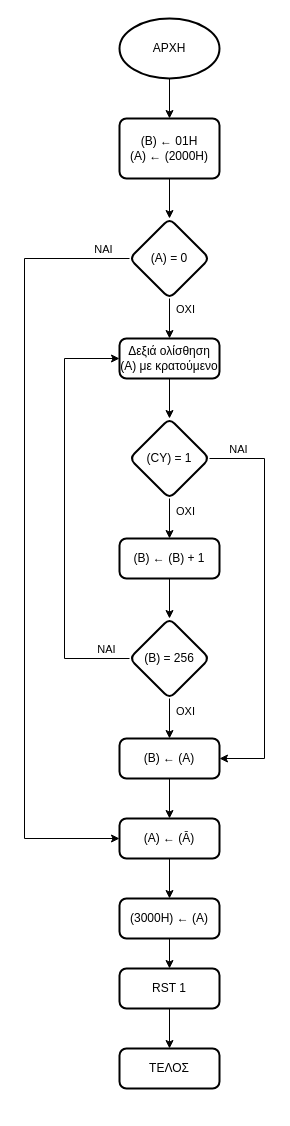
konstantinosk31/Microcomputer-Systems keeps this draw.io diagram as Untitled Diagram.drawio. Above is the earlier version. Source tidied: cells renumbered, new cells numbered last; positions are measured from the earlier drawing's top-left corner, leaving out a move shared by most shapes. Both pictures are drawn from the tidied source at 100%, with x=0, y=0 at pixel (24, 18).
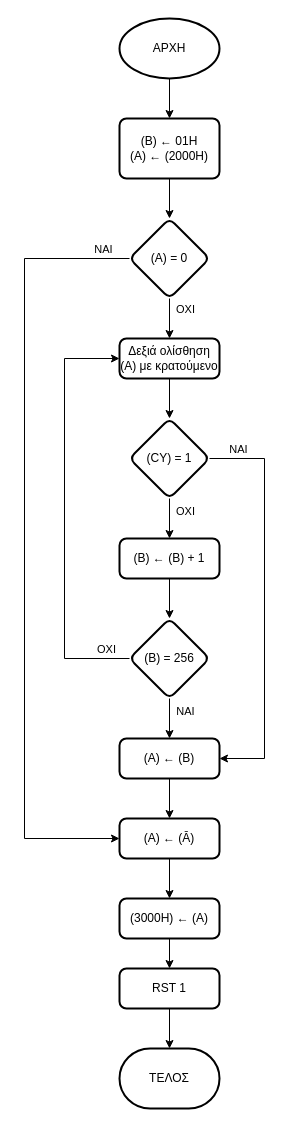
Above is the later version.

Commit message:
Ολοκλήρωση διαγράμματος άσκησης 1

The change refers to these unchanged cells:
```xml
<mxCell id="20" style="edgeStyle=orthogonalEdgeStyle;rounded=0;jettySize=auto;html=1;" parent="1" edge="1" source="24" target="26">
  <mxGeometry relative="1" as="geometry" />
</mxCell>
<mxCell id="22" style="edgeStyle=orthogonalEdgeStyle;rounded=0;jettySize=auto;html=1;entryX=0;entryY=0.5;entryDx=0;entryDy=0;" parent="1" edge="1" source="24" target="12">
  <mxGeometry relative="1" as="geometry">
    <Array as="points">
      <mxPoint x="40" y="640" />
      <mxPoint x="40" y="340" />
    </Array>
  </mxGeometry>
</mxCell>
```

Diff of the diagram source:
```diff
@@
-    <mxCell id="21" value="ΟΧΙ" style="edgeLabel;html=1;align=center;verticalAlign=middle;" parent="20" vertex="1">
+    <mxCell id="21" value="ΝΑΙ" style="edgeLabel;html=1;align=center;verticalAlign=middle;" parent="20" vertex="1">
       <mxGeometry x="-0.42" relative="1" as="geometry">
         <mxPoint x="15" as="offset" />
       </mxGeometry>
     </mxCell>
@@
-    <mxCell id="23" value="ΝΑΙ" style="edgeLabel;html=1;align=center;verticalAlign=middle;" parent="22" vertex="1">
+    <mxCell id="23" value="ΟΧΙ" style="edgeLabel;html=1;align=center;verticalAlign=middle;" parent="22" vertex="1">
       <mxGeometry x="-0.83" y="-1" relative="1" as="geometry">
         <mxPoint x="12" y="-9" as="offset" />
       </mxGeometry>
     </mxCell>
@@
-    <mxCell id="26" value="(B) ← (A)" style="rounded=1;whiteSpace=wrap;html=1;absoluteArcSize=1;arcSize=14;strokeWidth=2;" parent="1" vertex="1">
+    <mxCell id="26" value="(A) ← (B)" style="rounded=1;whiteSpace=wrap;html=1;absoluteArcSize=1;arcSize=14;strokeWidth=2;" parent="1" vertex="1">
       <mxGeometry x="95" y="720" width="100" height="40" as="geometry" />
     </mxCell>
@@
-    <mxCell id="33" value="&lt;div&gt;ΤΕΛΟΣ&lt;/div&gt;" style="rounded=1;whiteSpace=wrap;html=1;absoluteArcSize=1;arcSize=14;strokeWidth=2;" parent="1" vertex="1">
-      <mxGeometry x="95" y="1030" width="100" height="40" as="geometry" />
+    <mxCell id="33" value="&lt;div&gt;ΤΕΛΟΣ&lt;/div&gt;" style="strokeWidth=2;html=1;shape=mxgraph.flowchart.terminator;whiteSpace=wrap;" parent="1" vertex="1">
+      <mxGeometry x="95" y="1030" width="100" height="60" as="geometry" />
     </mxCell>
```
